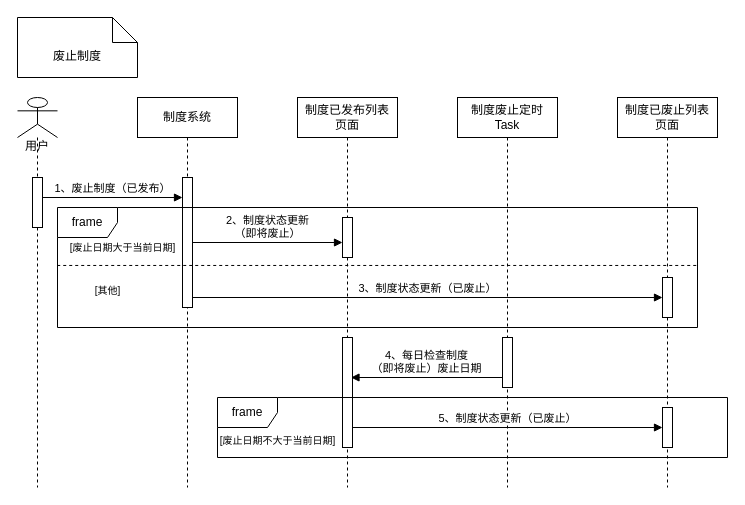
Above: 制度废止.drawio in HomeLives/2020-10-26-Vue-Servlet (draw.io), before the change. Source tidied: cells renumbered, new cells numbered last; positions are measured from the earlier drawing's top-left corner, leaving out a move shared by most shapes. Both pictures are drawn from the tidied source at 100%, with x=0, y=0 at pixel (17, 17).
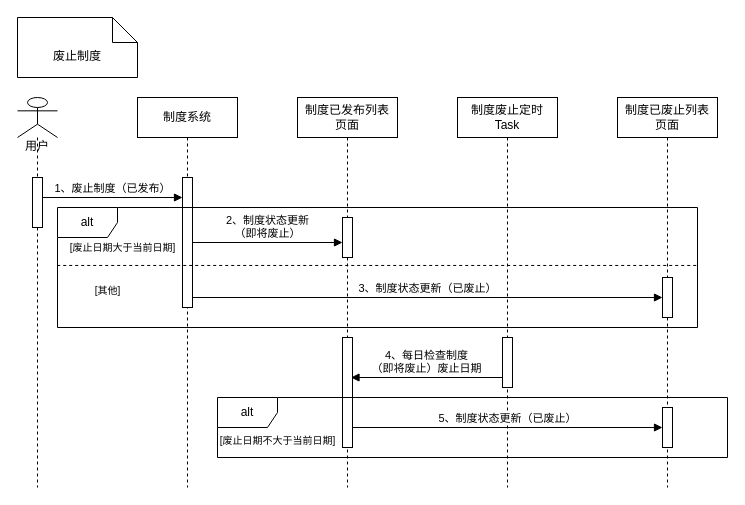
The same page after the edit.

Commit message (it also covers changes not shown here):
更新制度废止.drawio

Change to the diagram source:
```diff
@@
-    <mxCell id="18" value="frame" style="shape=umlFrame;whiteSpace=wrap;html=1;" parent="1" vertex="1">
+    <mxCell id="18" value="alt" style="shape=umlFrame;whiteSpace=wrap;html=1;" parent="1" vertex="1">
       <mxGeometry x="40" y="190" width="640" height="120" as="geometry" />
     </mxCell>
@@
-    <mxCell id="24" value="frame" style="shape=umlFrame;whiteSpace=wrap;html=1;" parent="1" vertex="1">
+    <mxCell id="24" value="alt" style="shape=umlFrame;whiteSpace=wrap;html=1;" parent="1" vertex="1">
       <mxGeometry x="200" y="380" width="510" height="60" as="geometry" />
     </mxCell>
```
